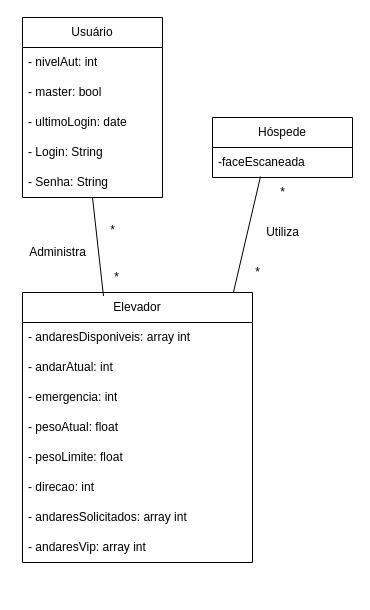
Above: Classes.drawio in joca2511/projElevadorUML (draw.io), before the change. Source tidied: cells renumbered, new cells numbered last; positions are measured from the earlier drawing's top-left corner, leaving out a move shared by most shapes. Both pictures are drawn from the tidied source at 100%, with x=0, y=0 at pixel (17, 17).
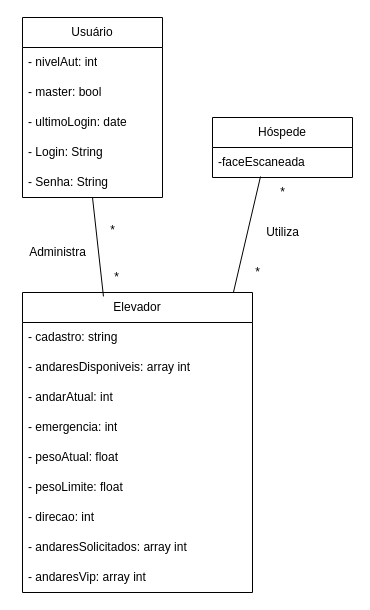
Above is the later version.

Diff of the diagram source:
```diff
@@
     <mxCell id="8" value="Elevador" style="swimlane;fontStyle=0;horizontal=1;startSize=30;whiteSpace=wrap;html=1;" parent="1" vertex="1">
-      <mxGeometry x="5" y="275" width="230" height="270" as="geometry" />
+      <mxGeometry x="5" y="275" width="230" height="300" as="geometry" />
     </mxCell>
+    <mxCell id="27" value="- cadastro: string" style="text;strokeColor=none;fillColor=none;align=left;verticalAlign=middle;spacingLeft=4;spacingRight=4;overflow=hidden;whiteSpace=wrap;html=1;" parent="8" vertex="1">
+      <mxGeometry y="30" width="230" height="30" as="geometry" />
+    </mxCell>
     <mxCell id="9" value="- andaresDisponiveis: array int" style="text;strokeColor=none;fillColor=none;align=left;verticalAlign=middle;spacingLeft=4;spacingRight=4;overflow=hidden;whiteSpace=wrap;html=1;" parent="8" vertex="1">
-      <mxGeometry y="30" width="230" height="30" as="geometry" />
+      <mxGeometry y="60" width="230" height="30" as="geometry" />
     </mxCell>
     <mxCell id="10" value="- andarAtual: int" style="text;strokeColor=none;fillColor=none;align=left;verticalAlign=middle;spacingLeft=4;spacingRight=4;overflow=hidden;whiteSpace=wrap;html=1;" parent="8" vertex="1">
-      <mxGeometry y="60" width="230" height="30" as="geometry" />
+      <mxGeometry y="90" width="230" height="30" as="geometry" />
     </mxCell>
     <mxCell id="11" value="- emergencia: int" style="text;strokeColor=none;fillColor=none;align=left;verticalAlign=middle;spacingLeft=4;spacingRight=4;overflow=hidden;whiteSpace=wrap;html=1;" parent="8" vertex="1">
-      <mxGeometry y="90" width="230" height="30" as="geometry" />
+      <mxGeometry y="120" width="230" height="30" as="geometry" />
     </mxCell>
     <mxCell id="12" value="- pesoAtual: float" style="text;strokeColor=none;fillColor=none;align=left;verticalAlign=middle;spacingLeft=4;spacingRight=4;overflow=hidden;whiteSpace=wrap;html=1;" parent="8" vertex="1">
-      <mxGeometry y="120" width="230" height="30" as="geometry" />
+      <mxGeometry y="150" width="230" height="30" as="geometry" />
     </mxCell>
     <mxCell id="13" value="- pesoLimite: float" style="text;strokeColor=none;fillColor=none;align=left;verticalAlign=middle;spacingLeft=4;spacingRight=4;overflow=hidden;whiteSpace=wrap;html=1;" parent="8" vertex="1">
-      <mxGeometry y="150" width="230" height="30" as="geometry" />
+      <mxGeometry y="180" width="230" height="30" as="geometry" />
     </mxCell>
     <mxCell id="14" value="- direcao: int" style="text;strokeColor=none;fillColor=none;align=left;verticalAlign=middle;spacingLeft=4;spacingRight=4;overflow=hidden;whiteSpace=wrap;html=1;" parent="8" vertex="1">
-      <mxGeometry y="180" width="230" height="30" as="geometry" />
+      <mxGeometry y="210" width="230" height="30" as="geometry" />
     </mxCell>
     <mxCell id="15" value="- andaresSolicitados: array int" style="text;strokeColor=none;fillColor=none;align=left;verticalAlign=middle;spacingLeft=4;spacingRight=4;overflow=hidden;whiteSpace=wrap;html=1;" parent="8" vertex="1">
-      <mxGeometry y="210" width="230" height="30" as="geometry" />
+      <mxGeometry y="240" width="230" height="30" as="geometry" />
     </mxCell>
     <mxCell id="16" value="- andaresVip: array int" style="text;strokeColor=none;fillColor=none;align=left;verticalAlign=middle;spacingLeft=4;spacingRight=4;overflow=hidden;whiteSpace=wrap;html=1;" parent="8" vertex="1">
-      <mxGeometry y="240" width="230" height="30" as="geometry" />
+      <mxGeometry y="270" width="230" height="30" as="geometry" />
     </mxCell>
```
